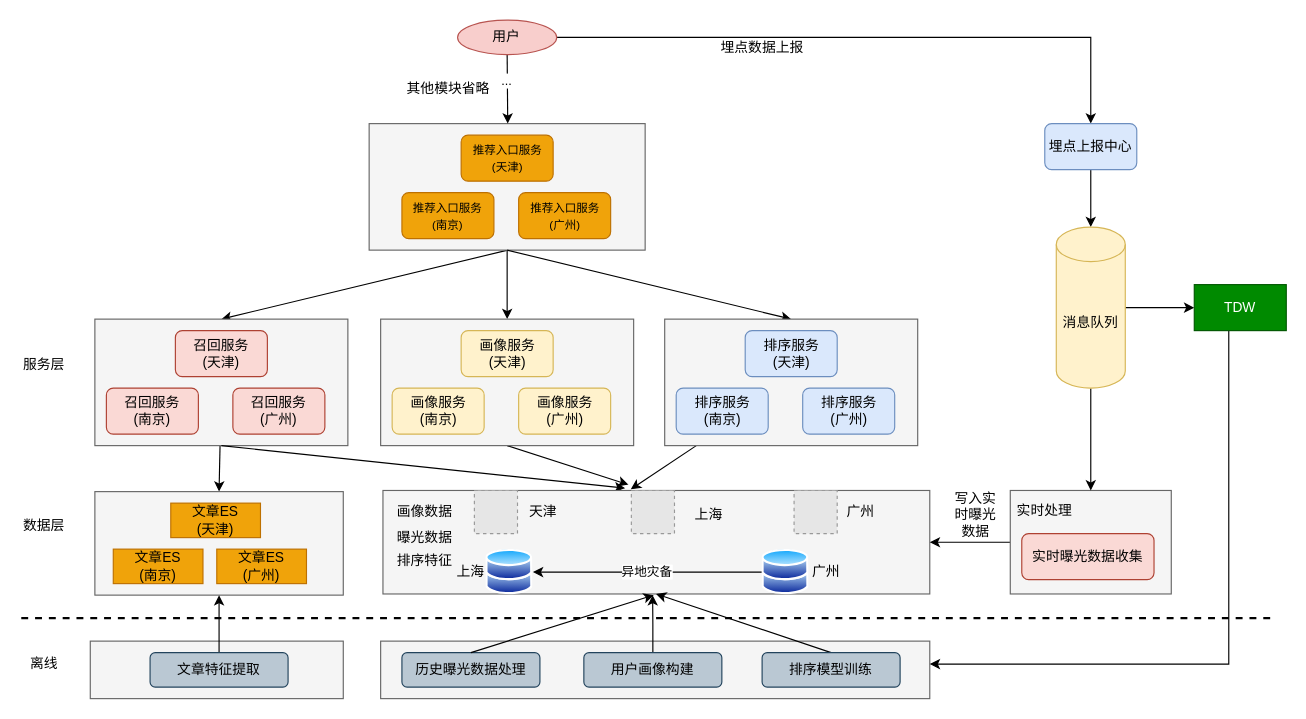
This is Untitled Diagram.drawio from checkking/diagrams, a draw.io file, before an edit. Source tidied: cells renumbered, new cells numbered last; positions are measured from the earlier drawing's top-left corner, leaving out a move shared by most shapes. Both pictures are drawn from the tidied source at 115%, with x=0, y=0 at pixel (21, 20). Pictures stored in the file or linked from it are replaced by grey dashed boxes.
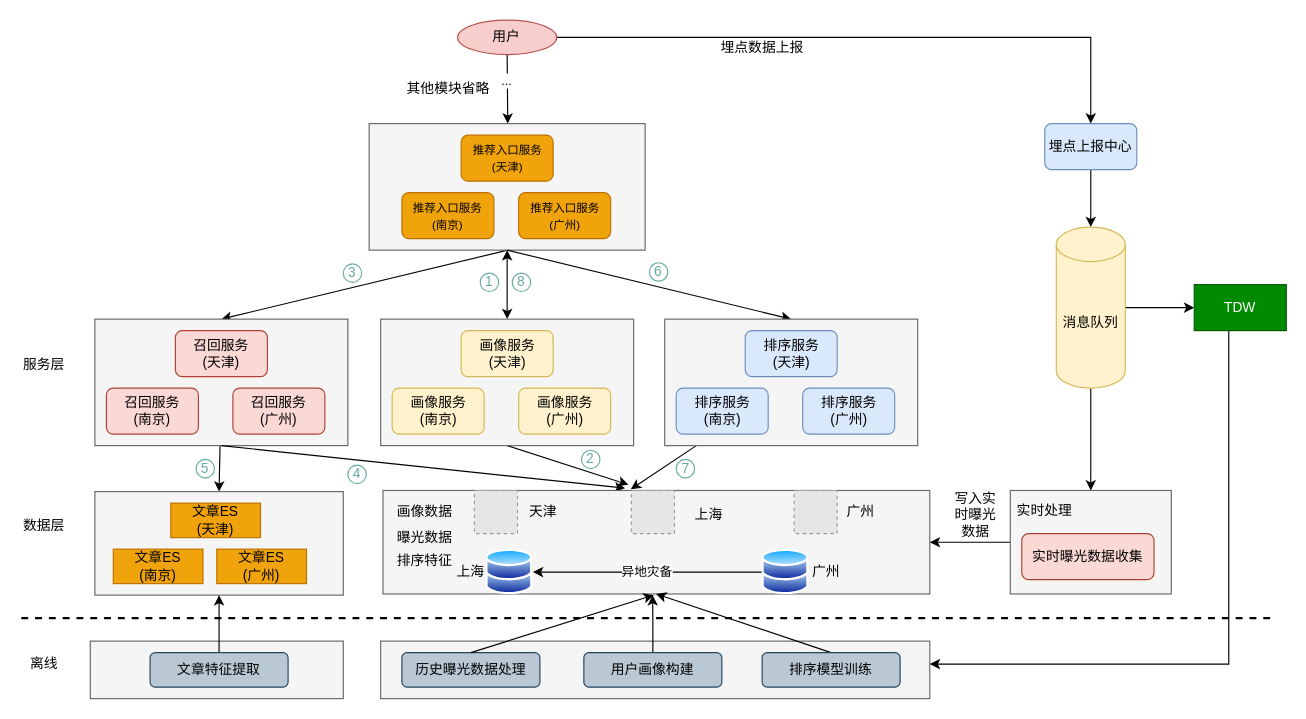
After the change.

Unchanged cells that the change refers to:
```xml
<mxCell id="6" style="rounded=0;whiteSpace=wrap;html=1;fillColor=#f5f5f5;strokeColor=#666666;fontColor=#333333;" parent="1" vertex="1">
  <mxGeometry x="302.5" y="90" width="240" height="110" as="geometry" />
</mxCell>
<mxCell id="18" style="rounded=0;whiteSpace=wrap;html=1;fillColor=#f5f5f5;strokeColor=#666666;fontColor=#333333;" parent="1" vertex="1">
  <mxGeometry x="312.5" y="260" width="220" height="110" as="geometry" />
</mxCell>
```

The edit, as a diff of the source:
```diff
@@
-    <mxCell id="4" style="edgeStyle=orthogonalEdgeStyle;rounded=0;jettySize=auto;html=1;entryX=0.5;entryY=0;entryDx=0;entryDy=0;" parent="1" edge="1" source="6" target="18">
+    <mxCell id="4" style="edgeStyle=orthogonalEdgeStyle;rounded=0;jettySize=auto;html=1;entryX=0.5;entryY=0;entryDx=0;entryDy=0;startArrow=classic;startFill=1;" parent="1" edge="1" source="6" target="18">
       <mxGeometry relative="1" as="geometry" />
     </mxCell>
@@
+    <mxCell id="77" value="1" style="ellipse;whiteSpace=wrap;html=1;strokeColor=#67AB9F;fontColor=#67AB9F;" parent="1" vertex="1">
+      <mxGeometry x="399.1" y="220" width="16" height="16" as="geometry" />
+    </mxCell>
+    <mxCell id="78" value="2" style="ellipse;whiteSpace=wrap;html=1;strokeColor=#67AB9F;fontColor=#67AB9F;" parent="1" vertex="1">
+      <mxGeometry x="487.2" y="374" width="16" height="16" as="geometry" />
+    </mxCell>
+    <mxCell id="79" value="3" style="ellipse;whiteSpace=wrap;html=1;strokeColor=#67AB9F;fontColor=#67AB9F;" parent="1" vertex="1">
+      <mxGeometry x="280" y="212" width="16" height="16" as="geometry" />
+    </mxCell>
+    <mxCell id="80" value="5" style="ellipse;whiteSpace=wrap;html=1;strokeColor=#67AB9F;fontColor=#67AB9F;" parent="1" vertex="1">
+      <mxGeometry x="152" y="382" width="16" height="16" as="geometry" />
+    </mxCell>
+    <mxCell id="81" value="4" style="ellipse;whiteSpace=wrap;html=1;strokeColor=#67AB9F;fontColor=#67AB9F;" parent="1" vertex="1">
+      <mxGeometry x="284" y="387" width="16" height="16" as="geometry" />
+    </mxCell>
+    <mxCell id="82" value="6" style="ellipse;whiteSpace=wrap;html=1;strokeColor=#67AB9F;fontColor=#67AB9F;" parent="1" vertex="1">
+      <mxGeometry x="546.2" y="211" width="16" height="16" as="geometry" />
+    </mxCell>
+    <mxCell id="83" value="7" style="ellipse;whiteSpace=wrap;html=1;strokeColor=#67AB9F;fontColor=#67AB9F;" parent="1" vertex="1">
+      <mxGeometry x="569.5" y="382" width="16" height="16" as="geometry" />
+    </mxCell>
+    <mxCell id="84" value="8" style="ellipse;whiteSpace=wrap;html=1;strokeColor=#67AB9F;fontColor=#67AB9F;" parent="1" vertex="1">
+      <mxGeometry x="426.9" y="220" width="16" height="16" as="geometry" />
+    </mxCell>
```
